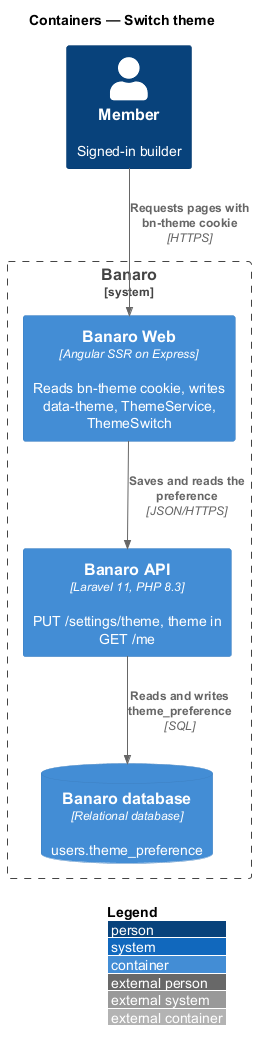
QuinntyneBrown/banaro keeps this PlantUML diagram as docs/detailed-designs/user-experience/switch-theme/diagrams/c4-container.png. Above is the earlier version.
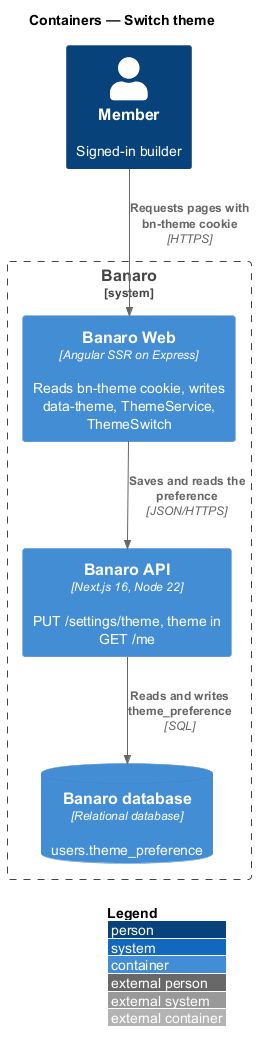
The same file after the commit.

Diff of the diagram source:
```diff
@@ -7,7 +7,7 @@
 
 System_Boundary(banaro, "Banaro") {
   Container(web, "Banaro Web", "Angular SSR on Express", "Reads bn-theme cookie, writes data-theme, ThemeService, ThemeSwitch")
-  Container(api, "Banaro API", "Laravel 11, PHP 8.3", "PUT /settings/theme, theme in GET /me")
+  Container(api, "Banaro API", "Next.js 16, Node 22", "PUT /settings/theme, theme in GET /me")
   ContainerDb(db, "Banaro database", "Relational database", "users.theme_preference")
 }
 
```
